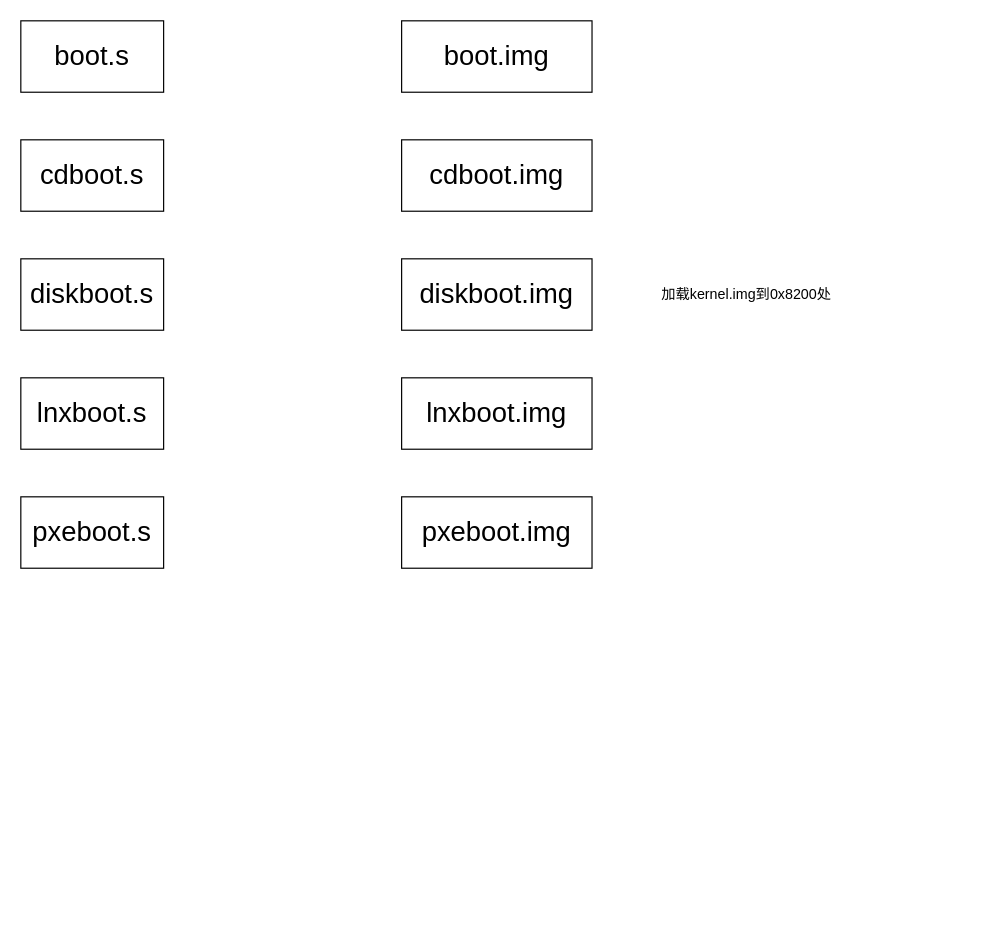
Above: grub源码阅读.drawio in wbzzx-bb/wb-linux (draw.io), before the change. Source tidied: cells renumbered, new cells numbered last; positions are measured from the earlier drawing's top-left corner, leaving out a move shared by most shapes. Both pictures are drawn from the tidied source at 119%, with x=0, y=0 at pixel (20, 20).
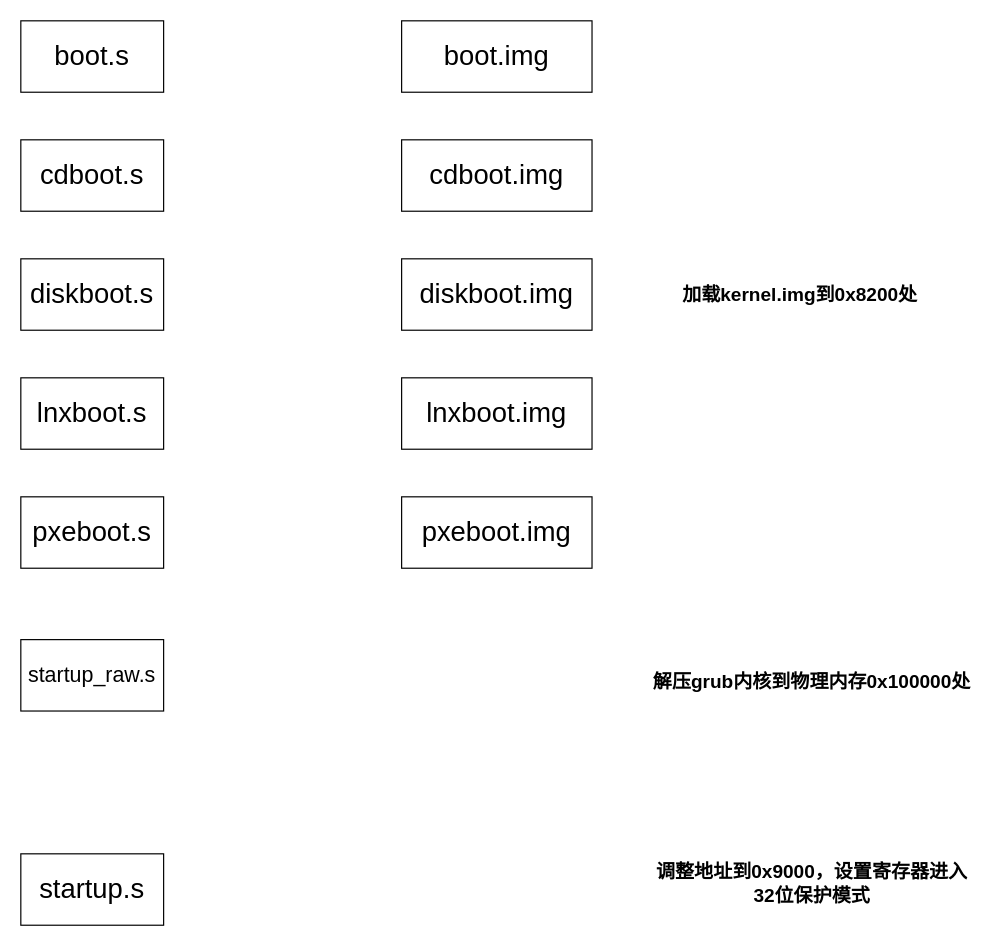
After the change.

Commit message:
更新grub源码阅读.drawio

Diff of the diagram source:
```diff
@@
 <mxGraphModel>
   <root>
     <mxCell id="0" />
     <mxCell id="1" parent="0" />
     <mxCell id="2" value="&lt;font style=&quot;font-size: 23px;&quot;&gt;boot.s&lt;/font&gt;" style="rounded=0;whiteSpace=wrap;html=1;" parent="1" vertex="1">
       <mxGeometry width="120" height="60" as="geometry" />
     </mxCell>
     <mxCell id="3" value="&lt;font style=&quot;font-size: 23px;&quot;&gt;boot.img&lt;/font&gt;" style="rounded=0;whiteSpace=wrap;html=1;" parent="1" vertex="1">
       <mxGeometry x="320" width="160" height="60" as="geometry" />
     </mxCell>
     <mxCell id="4" value="&lt;font style=&quot;font-size: 23px;&quot;&gt;cdboot.s&lt;/font&gt;" style="rounded=0;whiteSpace=wrap;html=1;" parent="1" vertex="1">
       <mxGeometry y="100" width="120" height="60" as="geometry" />
     </mxCell>
     <mxCell id="5" value="&lt;font style=&quot;font-size: 23px;&quot;&gt;diskboot.s&lt;/font&gt;" style="rounded=0;whiteSpace=wrap;html=1;" parent="1" vertex="1">
       <mxGeometry y="200" width="120" height="60" as="geometry" />
     </mxCell>
     <mxCell id="6" value="&lt;font style=&quot;font-size: 23px;&quot;&gt;lnxboot.s&lt;/font&gt;" style="rounded=0;whiteSpace=wrap;html=1;" parent="1" vertex="1">
       <mxGeometry y="300" width="120" height="60" as="geometry" />
     </mxCell>
     <mxCell id="7" value="&lt;font style=&quot;font-size: 23px;&quot;&gt;pxeboot.s&lt;/font&gt;" style="rounded=0;whiteSpace=wrap;html=1;" parent="1" vertex="1">
       <mxGeometry y="400" width="120" height="60" as="geometry" />
     </mxCell>
     <mxCell id="8" value="&lt;font style=&quot;font-size: 23px;&quot;&gt;cdboot.img&lt;/font&gt;" style="rounded=0;whiteSpace=wrap;html=1;" parent="1" vertex="1">
       <mxGeometry x="320" y="100" width="160" height="60" as="geometry" />
     </mxCell>
     <mxCell id="9" value="&lt;font style=&quot;font-size: 23px;&quot;&gt;diskboot.img&lt;/font&gt;" style="rounded=0;whiteSpace=wrap;html=1;" parent="1" vertex="1">
       <mxGeometry x="320" y="200" width="160" height="60" as="geometry" />
     </mxCell>
     <mxCell id="10" value="&lt;font style=&quot;font-size: 23px;&quot;&gt;lnxboot.img&lt;/font&gt;" style="rounded=0;whiteSpace=wrap;html=1;" parent="1" vertex="1">
       <mxGeometry x="320" y="300" width="160" height="60" as="geometry" />
     </mxCell>
     <mxCell id="11" value="&lt;font style=&quot;font-size: 23px;&quot;&gt;pxeboot.img&lt;/font&gt;" style="rounded=0;whiteSpace=wrap;html=1;" parent="1" vertex="1">
       <mxGeometry x="320" y="400" width="160" height="60" as="geometry" />
     </mxCell>
-    <mxCell id="12" value="加载kernel.img到0x8200处" style="text;html=1;align=center;verticalAlign=middle;whiteSpace=wrap;rounded=0;" parent="1" vertex="1">
-      <mxGeometry x="520" y="215" width="180" height="30" as="geometry" />
+    <mxCell id="12" value="&lt;b&gt;&lt;font style=&quot;font-size: 16px;&quot;&gt;加载kernel.img到0x8200处&lt;/font&gt;&lt;/b&gt;" style="text;html=1;align=center;verticalAlign=middle;whiteSpace=wrap;rounded=0;" parent="1" vertex="1">
+      <mxGeometry x="520" y="215" width="270" height="30" as="geometry" />
     </mxCell>
+    <mxCell id="13" value="&lt;font style=&quot;font-size: 23px;&quot;&gt;startup.s&lt;/font&gt;" style="rounded=0;whiteSpace=wrap;html=1;" parent="1" vertex="1">
+      <mxGeometry y="700" width="120" height="60" as="geometry" />
+    </mxCell>
+    <mxCell id="14" value="&lt;font style=&quot;font-size: 18px;&quot;&gt;startup_raw.s&lt;/font&gt;" style="rounded=0;whiteSpace=wrap;html=1;" parent="1" vertex="1">
+      <mxGeometry y="520" width="120" height="60" as="geometry" />
+    </mxCell>
+    <mxCell id="15" value="&lt;span style=&quot;font-size: 16px;&quot;&gt;&lt;b&gt;解压grub内核到物理内存0x100000处&lt;/b&gt;&lt;/span&gt;" style="text;html=1;align=center;verticalAlign=middle;whiteSpace=wrap;rounded=0;" parent="1" vertex="1">
+      <mxGeometry x="530" y="540" width="270" height="30" as="geometry" />
+    </mxCell>
+    <mxCell id="16" value="&lt;span style=&quot;font-size: 16px;&quot;&gt;&lt;b&gt;调整地址到0x9000，设置寄存器进入32位保护模式&lt;/b&gt;&lt;/span&gt;" style="text;html=1;align=center;verticalAlign=middle;whiteSpace=wrap;rounded=0;" parent="1" vertex="1">
+      <mxGeometry x="530" y="710" width="270" height="30" as="geometry" />
+    </mxCell>
   </root>
 </mxGraphModel>
```
